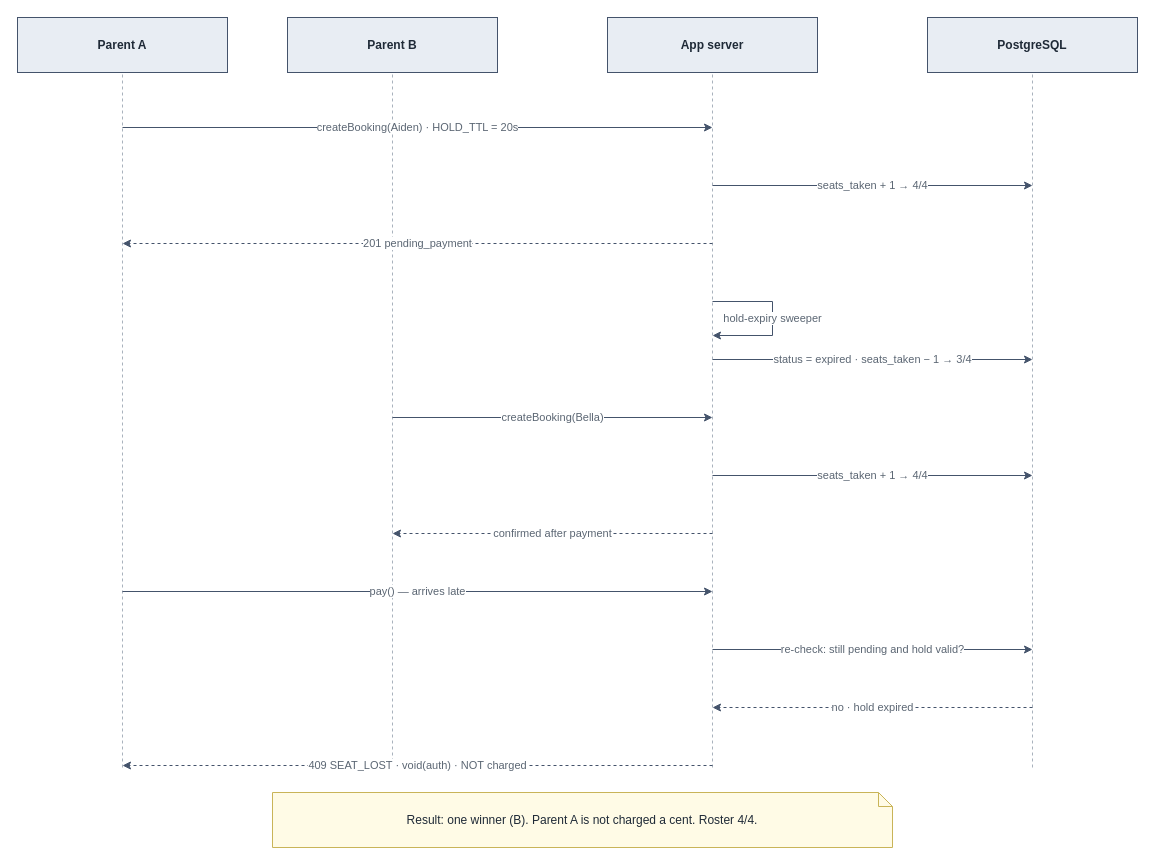
This is page "4b. Last-seat race - A's hold expires, A pays late" (5 of 7) of docs/diagrams.drawio from syahmiSani/poc-trial-booking, a draw.io file, before an edit. Source tidied: cells renumbered, new cells numbered last; positions are measured from the earlier drawing's top-left corner, leaving out a move shared by most shapes. Both pictures are drawn from the tidied source at 100%, with x=0, y=0 at pixel (17, 17).
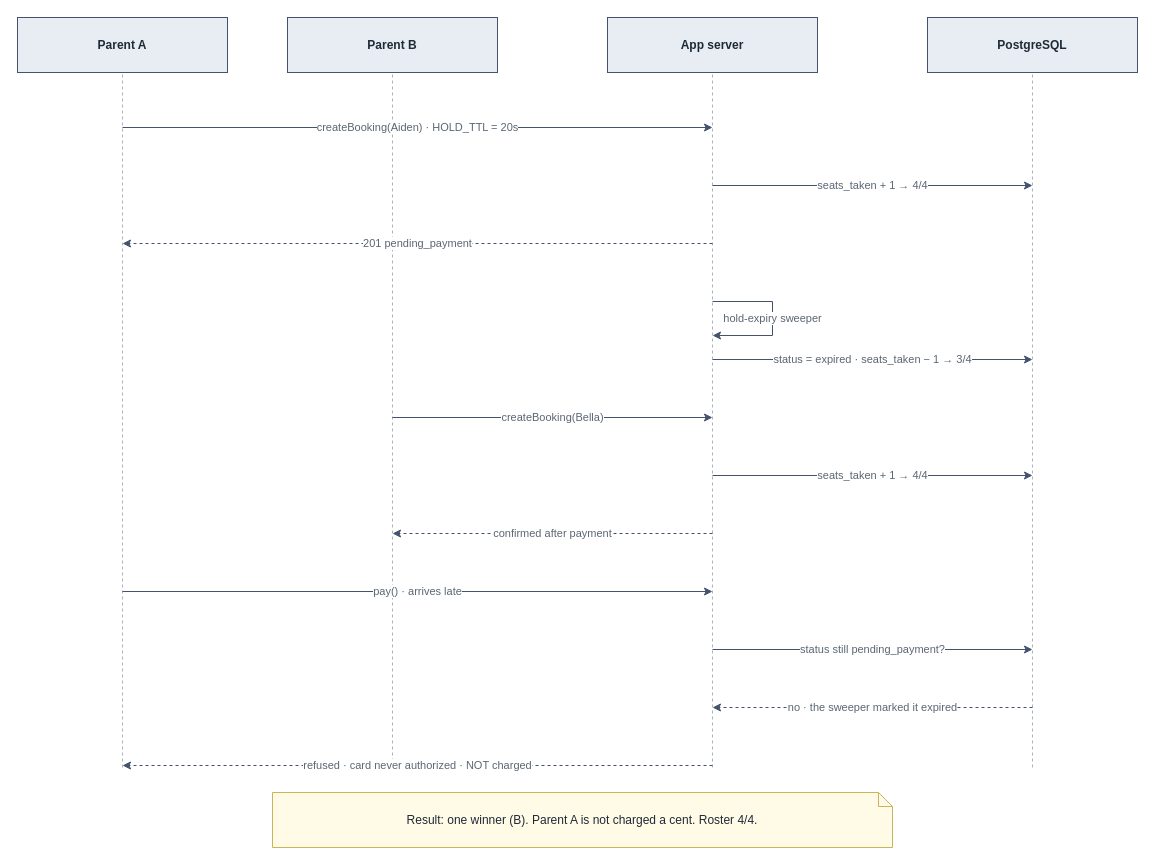
Above is the later version.

What changed in the source:
```diff
@@
-    <mxCell id="19" value="pay()  —  arrives late" style="edgeStyle=orthogonalEdgeStyle;rounded=0;html=1;jettySize=auto;strokeColor=#44536B;fontColor=#5B6673;fontSize=11;" parent="1" edge="1">
+    <mxCell id="19" value="pay()  ·  arrives late" style="edgeStyle=orthogonalEdgeStyle;rounded=0;html=1;jettySize=auto;strokeColor=#44536B;fontColor=#5B6673;fontSize=11;" parent="1" edge="1">
       <mxGeometry relative="1" as="geometry">
         <mxPoint x="105" y="574" as="sourcePoint" />
         <mxPoint x="695" y="574" as="targetPoint" />
       </mxGeometry>
     </mxCell>
-    <mxCell id="20" value="re-check: still pending and hold valid?" style="edgeStyle=orthogonalEdgeStyle;rounded=0;html=1;jettySize=auto;strokeColor=#44536B;fontColor=#5B6673;fontSize=11;" parent="1" edge="1">
+    <mxCell id="20" value="status still pending_payment?" style="edgeStyle=orthogonalEdgeStyle;rounded=0;html=1;jettySize=auto;strokeColor=#44536B;fontColor=#5B6673;fontSize=11;" parent="1" edge="1">
       <mxGeometry relative="1" as="geometry">
         <mxPoint x="695" y="632" as="sourcePoint" />
         <mxPoint x="1015" y="632" as="targetPoint" />
       </mxGeometry>
     </mxCell>
-    <mxCell id="21" value="no  ·  hold expired" style="edgeStyle=orthogonalEdgeStyle;rounded=0;html=1;jettySize=auto;strokeColor=#44536B;fontColor=#5B6673;fontSize=11;dashed=1;" parent="1" edge="1">
+    <mxCell id="21" value="no  ·  the sweeper marked it expired" style="edgeStyle=orthogonalEdgeStyle;rounded=0;html=1;jettySize=auto;strokeColor=#44536B;fontColor=#5B6673;fontSize=11;dashed=1;" parent="1" edge="1">
       <mxGeometry relative="1" as="geometry">
         <mxPoint x="1015" y="690" as="sourcePoint" />
         <mxPoint x="695" y="690" as="targetPoint" />
       </mxGeometry>
     </mxCell>
-    <mxCell id="22" value="409 SEAT_LOST  ·  void(auth)  ·  NOT charged" style="edgeStyle=orthogonalEdgeStyle;rounded=0;html=1;jettySize=auto;strokeColor=#44536B;fontColor=#5B6673;fontSize=11;dashed=1;" parent="1" edge="1">
+    <mxCell id="22" value="refused  ·  card never authorized  ·  NOT charged" style="edgeStyle=orthogonalEdgeStyle;rounded=0;html=1;jettySize=auto;strokeColor=#44536B;fontColor=#5B6673;fontSize=11;dashed=1;" parent="1" edge="1">
       <mxGeometry relative="1" as="geometry">
         <mxPoint x="695" y="748" as="sourcePoint" />
         <mxPoint x="105" y="748" as="targetPoint" />
       </mxGeometry>
     </mxCell>
```
